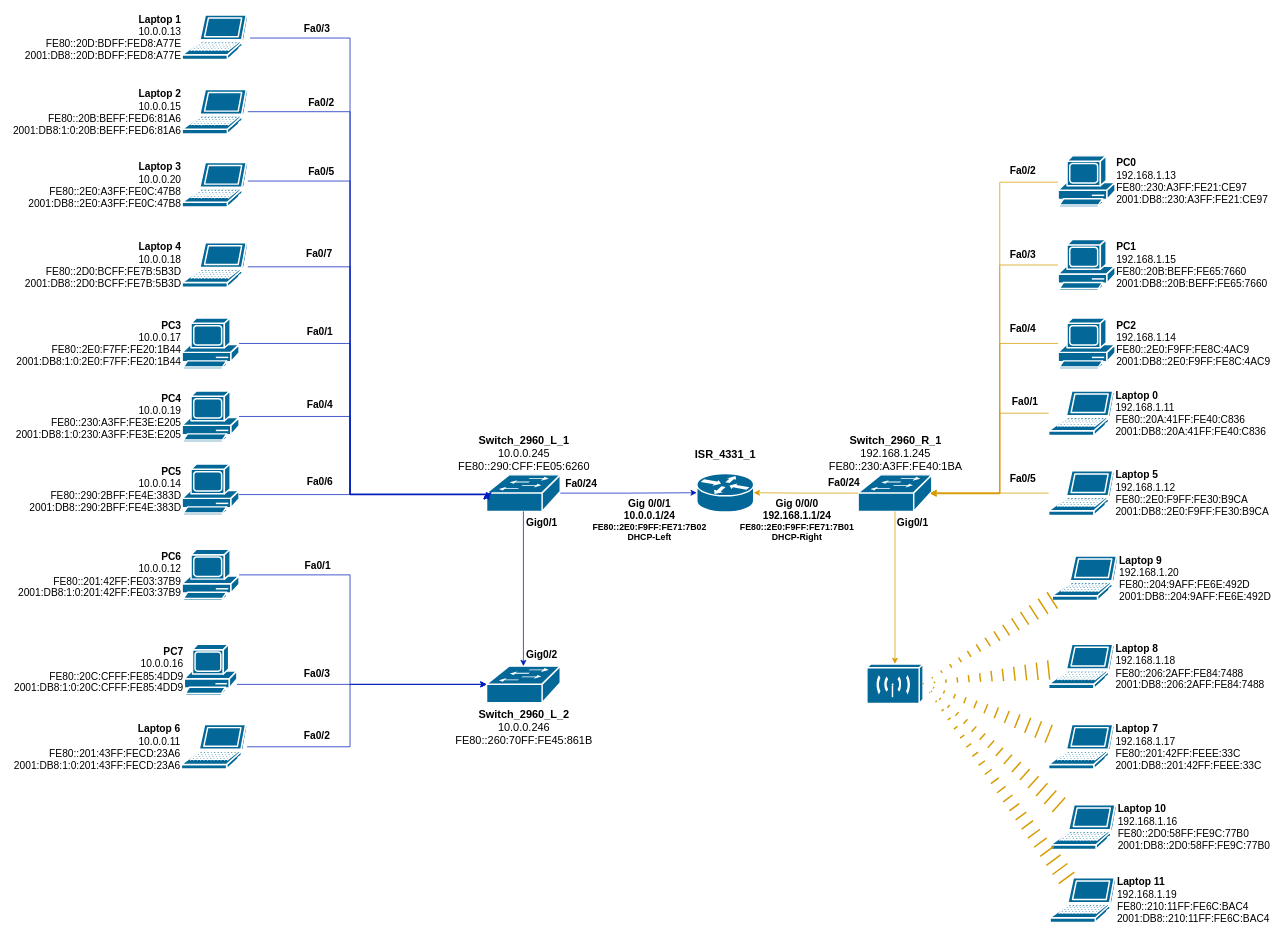
MijsBjornPXL/WPL1_Netwerkdocumentatie keeps this draw.io diagram as Topoligy.drawio. Above is the earlier version. Source tidied: cells renumbered, new cells numbered last; positions are measured from the earlier drawing's top-left corner, leaving out a move shared by most shapes. Both pictures are drawn from the tidied source at 73%, with x=0, y=0 at pixel (181, 15).
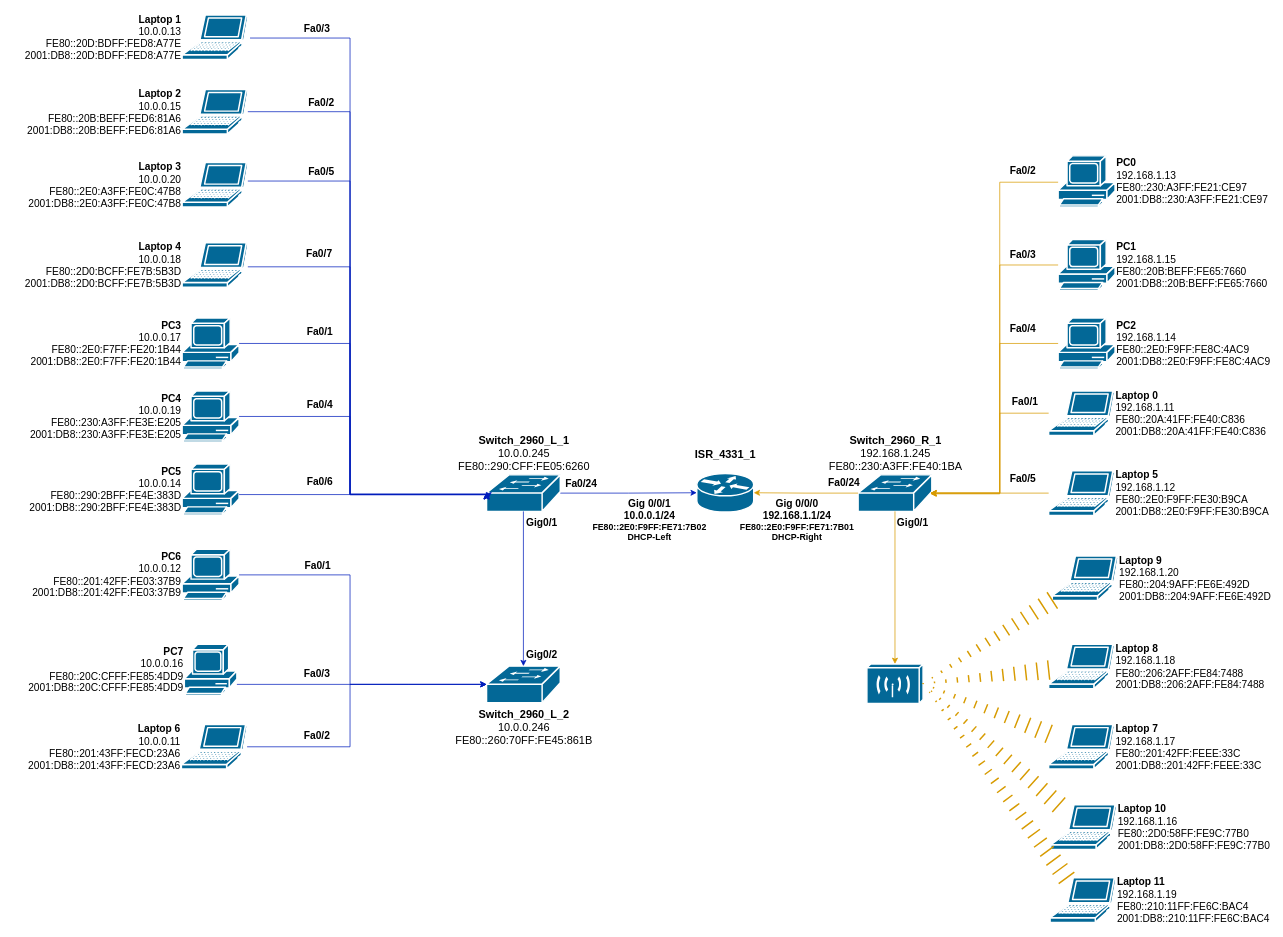
After the change.

Diff of the diagram source:
```diff
@@
-    <mxCell id="6" value="&lt;font style=&quot;font-size: 14px;&quot;&gt;&lt;b&gt;PC7&lt;/b&gt;&lt;/font&gt;&lt;div&gt;&lt;font style=&quot;font-size: 14px;&quot;&gt;10.0.0.16&lt;/font&gt;&lt;/div&gt;&lt;div&gt;&lt;font style=&quot;font-size: 14px;&quot;&gt;FE80::20C:CFFF:FE85:4DD9&lt;/font&gt;&lt;/div&gt;&lt;div&gt;&lt;font style=&quot;font-size: 14px;&quot;&gt;2001:DB8:1:0:20C:CFFF:FE85:4DD9&lt;/font&gt;&lt;/div&gt;" style="shape=mxgraph.cisco.computers_and_peripherals.pc;sketch=0;html=1;dashed=0;fillColor=#036897;strokeColor=#ffffff;strokeWidth=2;verticalLabelPosition=middle;verticalAlign=middle;align=right;outlineConnect=0;labelPosition=left;" parent="1" vertex="1">
+    <mxCell id="6" value="&lt;font style=&quot;font-size: 14px;&quot;&gt;&lt;b&gt;PC7&lt;/b&gt;&lt;/font&gt;&lt;div&gt;&lt;font style=&quot;font-size: 14px;&quot;&gt;10.0.0.16&lt;/font&gt;&lt;/div&gt;&lt;div&gt;&lt;font style=&quot;font-size: 14px;&quot;&gt;FE80::20C:CFFF:FE85:4DD9&lt;/font&gt;&lt;/div&gt;&lt;div&gt;&lt;font style=&quot;font-size: 14px;&quot;&gt;2001:DB8::20C:CFFF:FE85:4DD9&lt;/font&gt;&lt;/div&gt;" style="shape=mxgraph.cisco.computers_and_peripherals.pc;sketch=0;html=1;dashed=0;fillColor=#036897;strokeColor=#ffffff;strokeWidth=2;verticalLabelPosition=middle;verticalAlign=middle;align=right;outlineConnect=0;labelPosition=left;" parent="1" vertex="1">
       <mxGeometry x="4" y="862" width="72" height="70" as="geometry" />
     </mxCell>
@@
-    <mxCell id="8" value="&lt;font style=&quot;font-size: 14px;&quot;&gt;&lt;b&gt;PC3&lt;/b&gt;&lt;/font&gt;&lt;div&gt;&lt;font style=&quot;font-size: 14px;&quot;&gt;10.0.0.17&lt;/font&gt;&lt;/div&gt;&lt;div&gt;&lt;font style=&quot;font-size: 14px;&quot;&gt;FE80::2E0:F7FF:FE20:1B44&lt;/font&gt;&lt;/div&gt;&lt;div&gt;&lt;font style=&quot;font-size: 14px;&quot;&gt;2001:DB8:1:0:2E0:F7FF:FE20:1B44&lt;/font&gt;&lt;/div&gt;" style="shape=mxgraph.cisco.computers_and_peripherals.pc;sketch=0;html=1;dashed=0;fillColor=#036897;strokeColor=#ffffff;strokeWidth=2;verticalLabelPosition=middle;verticalAlign=middle;align=right;outlineConnect=0;labelPosition=left;" parent="1" vertex="1">
+    <mxCell id="8" value="&lt;font style=&quot;font-size: 14px;&quot;&gt;&lt;b&gt;PC3&lt;/b&gt;&lt;/font&gt;&lt;div&gt;&lt;font style=&quot;font-size: 14px;&quot;&gt;10.0.0.17&lt;/font&gt;&lt;/div&gt;&lt;div&gt;&lt;font style=&quot;font-size: 14px;&quot;&gt;FE80::2E0:F7FF:FE20:1B44&lt;/font&gt;&lt;/div&gt;&lt;div&gt;&lt;font style=&quot;font-size: 14px;&quot;&gt;2001:DB8::2E0:F7FF:FE20:1B44&lt;/font&gt;&lt;/div&gt;" style="shape=mxgraph.cisco.computers_and_peripherals.pc;sketch=0;html=1;dashed=0;fillColor=#036897;strokeColor=#ffffff;strokeWidth=2;verticalLabelPosition=middle;verticalAlign=middle;align=right;outlineConnect=0;labelPosition=left;" parent="1" vertex="1">
       <mxGeometry x="1" y="415" width="78" height="70" as="geometry" />
     </mxCell>
@@
-    <mxCell id="12" value="&lt;font style=&quot;font-size: 14px;&quot;&gt;&lt;b&gt;Laptop 2&lt;/b&gt;&lt;/font&gt;&lt;div&gt;&lt;font style=&quot;font-size: 14px;&quot;&gt;10.0.0.15&lt;/font&gt;&lt;/div&gt;&lt;div&gt;&lt;font style=&quot;font-size: 14px;&quot;&gt;FE80::20B:BEFF:FED6:81A6&lt;/font&gt;&lt;/div&gt;&lt;div&gt;&lt;font style=&quot;font-size: 14px;&quot;&gt;2001:DB8:1:0:20B:BEFF:FED6:81A6&lt;/font&gt;&lt;/div&gt;" style="shape=mxgraph.cisco.computers_and_peripherals.laptop;html=1;dashed=0;fillColor=#036897;strokeColor=#ffffff;strokeWidth=2;verticalLabelPosition=middle;verticalAlign=middle;align=right;outlineConnect=0;labelPosition=left;" parent="1" vertex="1">
+    <mxCell id="12" value="&lt;font style=&quot;font-size: 14px;&quot;&gt;&lt;b&gt;Laptop 2&lt;/b&gt;&lt;/font&gt;&lt;div&gt;&lt;font style=&quot;font-size: 14px;&quot;&gt;10.0.0.15&lt;/font&gt;&lt;/div&gt;&lt;div&gt;&lt;font style=&quot;font-size: 14px;&quot;&gt;FE80::20B:BEFF:FED6:81A6&lt;/font&gt;&lt;/div&gt;&lt;div&gt;&lt;font style=&quot;font-size: 14px;&quot;&gt;2001:DB8::20B:BEFF:FED6:81A6&lt;/font&gt;&lt;/div&gt;" style="shape=mxgraph.cisco.computers_and_peripherals.laptop;html=1;dashed=0;fillColor=#036897;strokeColor=#ffffff;strokeWidth=2;verticalLabelPosition=middle;verticalAlign=middle;align=right;outlineConnect=0;labelPosition=left;" parent="1" vertex="1">
       <mxGeometry x="1" y="102" width="90" height="61" as="geometry" />
     </mxCell>
-    <mxCell id="13" value="&lt;font style=&quot;font-size: 14px;&quot;&gt;&lt;b&gt;PC4&lt;/b&gt;&lt;/font&gt;&lt;div&gt;&lt;font style=&quot;font-size: 14px;&quot;&gt;10.0.0.19&lt;/font&gt;&lt;/div&gt;&lt;div&gt;&lt;font style=&quot;font-size: 14px;&quot;&gt;FE80::230:A3FF:FE3E:E205&lt;/font&gt;&lt;/div&gt;&lt;div&gt;&lt;font style=&quot;font-size: 14px;&quot;&gt;2001:DB8:1:0:230:A3FF:FE3E:E205&lt;/font&gt;&lt;/div&gt;" style="shape=mxgraph.cisco.computers_and_peripherals.pc;sketch=0;html=1;dashed=0;fillColor=#036897;strokeColor=#ffffff;strokeWidth=2;verticalLabelPosition=middle;verticalAlign=middle;align=right;outlineConnect=0;labelPosition=left;" parent="1" vertex="1">
+    <mxCell id="13" value="&lt;font style=&quot;font-size: 14px;&quot;&gt;&lt;b&gt;PC4&lt;/b&gt;&lt;/font&gt;&lt;div&gt;&lt;font style=&quot;font-size: 14px;&quot;&gt;10.0.0.19&lt;/font&gt;&lt;/div&gt;&lt;div&gt;&lt;font style=&quot;font-size: 14px;&quot;&gt;FE80::230:A3FF:FE3E:E205&lt;/font&gt;&lt;/div&gt;&lt;div&gt;&lt;font style=&quot;font-size: 14px;&quot;&gt;2001:DB8::230:A3FF:FE3E:E205&lt;/font&gt;&lt;/div&gt;" style="shape=mxgraph.cisco.computers_and_peripherals.pc;sketch=0;html=1;dashed=0;fillColor=#036897;strokeColor=#ffffff;strokeWidth=2;verticalLabelPosition=middle;verticalAlign=middle;align=right;outlineConnect=0;labelPosition=left;" parent="1" vertex="1">
       <mxGeometry x="1" y="515" width="78" height="70" as="geometry" />
     </mxCell>
@@
-    <mxCell id="15" value="&lt;font style=&quot;font-size: 14px;&quot;&gt;&lt;b&gt;PC6&lt;/b&gt;&lt;/font&gt;&lt;div&gt;&lt;font style=&quot;font-size: 14px;&quot;&gt;10.0.0.12&lt;/font&gt;&lt;/div&gt;&lt;div&gt;&lt;font style=&quot;font-size: 14px;&quot;&gt;FE80::201:42FF:FE03:37B9&lt;/font&gt;&lt;/div&gt;&lt;div&gt;&lt;font style=&quot;font-size: 14px;&quot;&gt;2001:DB8:1:0:201:42FF:FE03:37B9&lt;/font&gt;&lt;/div&gt;" style="shape=mxgraph.cisco.computers_and_peripherals.pc;sketch=0;html=1;dashed=0;fillColor=#036897;strokeColor=#ffffff;strokeWidth=2;verticalLabelPosition=middle;verticalAlign=middle;align=right;outlineConnect=0;labelPosition=left;" parent="1" vertex="1">
+    <mxCell id="15" value="&lt;font style=&quot;font-size: 14px;&quot;&gt;&lt;b&gt;PC6&lt;/b&gt;&lt;/font&gt;&lt;div&gt;&lt;font style=&quot;font-size: 14px;&quot;&gt;10.0.0.12&lt;/font&gt;&lt;/div&gt;&lt;div&gt;&lt;font style=&quot;font-size: 14px;&quot;&gt;FE80::201:42FF:FE03:37B9&lt;/font&gt;&lt;/div&gt;&lt;div&gt;&lt;font style=&quot;font-size: 14px;&quot;&gt;2001:DB8::201:42FF:FE03:37B9&lt;/font&gt;&lt;/div&gt;" style="shape=mxgraph.cisco.computers_and_peripherals.pc;sketch=0;html=1;dashed=0;fillColor=#036897;strokeColor=#ffffff;strokeWidth=2;verticalLabelPosition=middle;verticalAlign=middle;align=right;outlineConnect=0;labelPosition=left;" parent="1" vertex="1">
       <mxGeometry x="1" y="732" width="78" height="70" as="geometry" />
     </mxCell>
-    <mxCell id="16" value="&lt;font style=&quot;font-size: 14px;&quot;&gt;&lt;b&gt;Laptop 6&lt;/b&gt;&lt;/font&gt;&lt;div&gt;&lt;font style=&quot;font-size: 14px;&quot;&gt;10.0.0.11&lt;/font&gt;&lt;/div&gt;&lt;div&gt;&lt;font style=&quot;font-size: 14px;&quot;&gt;FE80::201:43FF:FECD:23A6&lt;/font&gt;&lt;/div&gt;&lt;div&gt;&lt;font style=&quot;font-size: 14px;&quot;&gt;2001:DB8:1:0:201:43FF:FECD:23A6&lt;/font&gt;&lt;/div&gt;" style="shape=mxgraph.cisco.computers_and_peripherals.laptop;html=1;dashed=0;fillColor=#036897;strokeColor=#ffffff;strokeWidth=2;verticalLabelPosition=middle;verticalAlign=middle;align=right;outlineConnect=0;labelPosition=left;" parent="1" vertex="1">
+    <mxCell id="16" value="&lt;font style=&quot;font-size: 14px;&quot;&gt;&lt;b&gt;Laptop 6&lt;/b&gt;&lt;/font&gt;&lt;div&gt;&lt;font style=&quot;font-size: 14px;&quot;&gt;10.0.0.11&lt;/font&gt;&lt;/div&gt;&lt;div&gt;&lt;font style=&quot;font-size: 14px;&quot;&gt;FE80::201:43FF:FECD:23A6&lt;/font&gt;&lt;/div&gt;&lt;div&gt;&lt;font style=&quot;font-size: 14px;&quot;&gt;2001:DB8::201:43FF:FECD:23A6&lt;/font&gt;&lt;/div&gt;" style="shape=mxgraph.cisco.computers_and_peripherals.laptop;html=1;dashed=0;fillColor=#036897;strokeColor=#ffffff;strokeWidth=2;verticalLabelPosition=middle;verticalAlign=middle;align=right;outlineConnect=0;labelPosition=left;" parent="1" vertex="1">
       <mxGeometry y="972" width="90" height="61" as="geometry" />
     </mxCell>
```
